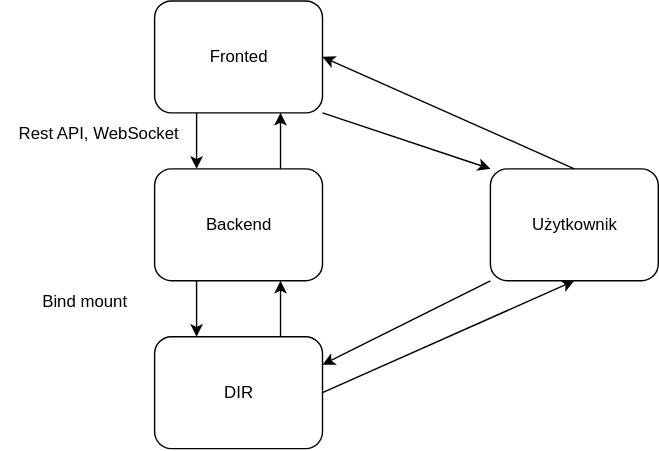
Earlier version of the draw.io export drawio/app-overview.svg (jakubpietraszko/praca_inzynierska). Source tidied: cells renumbered, new cells last; positions are measured from the earlier drawing's top-left corner, leaving out a move shared by most shapes.
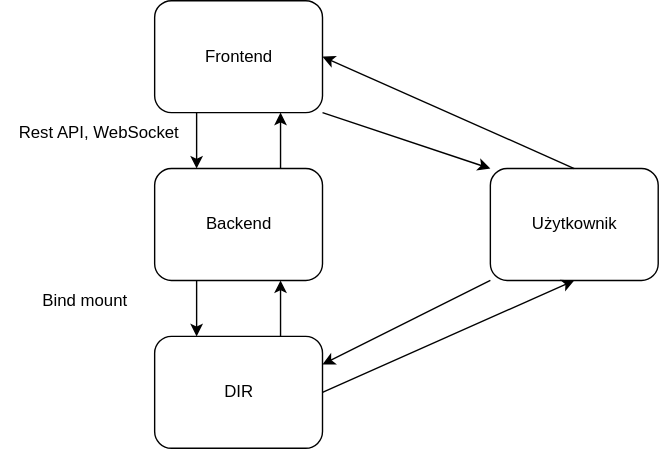
Above is the later version.

Diff of the diagram source:
```diff
@@ -5,8 +5,8 @@
     <mxCell id="2" style="rounded=1;whiteSpace=wrap;html=1;fillColor=none;" parent="1" vertex="1">
       <mxGeometry x="110" width="120" height="80" as="geometry" />
     </mxCell>
-    <mxCell id="3" value="Fronted" style="text;html=1;align=center;verticalAlign=middle;strokeColor=none;fillColor=none;" parent="1" vertex="1">
-      <mxGeometry x="140" y="25" width="60" height="30" as="geometry" />
+    <mxCell id="3" value="Frontend" style="text;html=1;align=center;verticalAlign=middle;strokeColor=none;fillColor=none;" parent="1" vertex="1">
+      <mxGeometry x="135" y="25" width="70" height="30" as="geometry" />
     </mxCell>
     <mxCell id="4" style="rounded=1;whiteSpace=wrap;html=1;fillColor=none;" parent="1" vertex="1">
       <mxGeometry x="110" y="120" width="120" height="80" as="geometry" />
```
